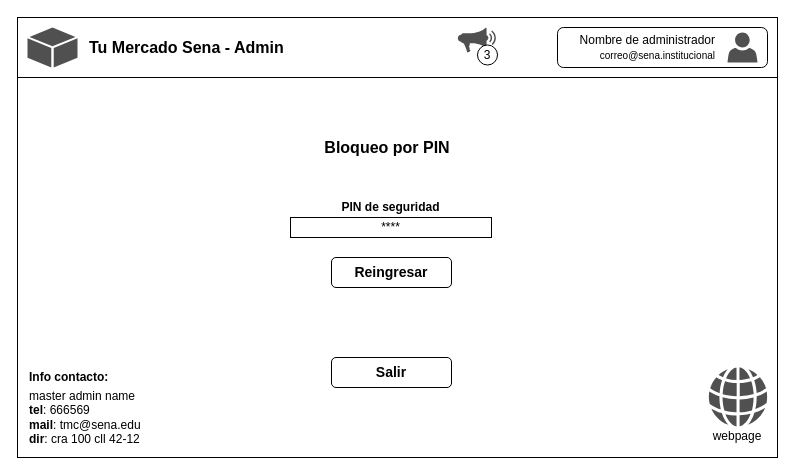
Earlier version of the draw.io diagram page "bloqueo" (3 of 12) of Desktop/mockups/desktop_mockups.drawio (OmarsaurioJordan/tu_mercado_sena). Source tidied: cells renumbered, new cells numbered last; positions are measured from the earlier drawing's top-left corner, leaving out a move shared by most shapes. Both pictures are drawn from the tidied source at 100%, with x=0, y=0 at pixel (17, 17).
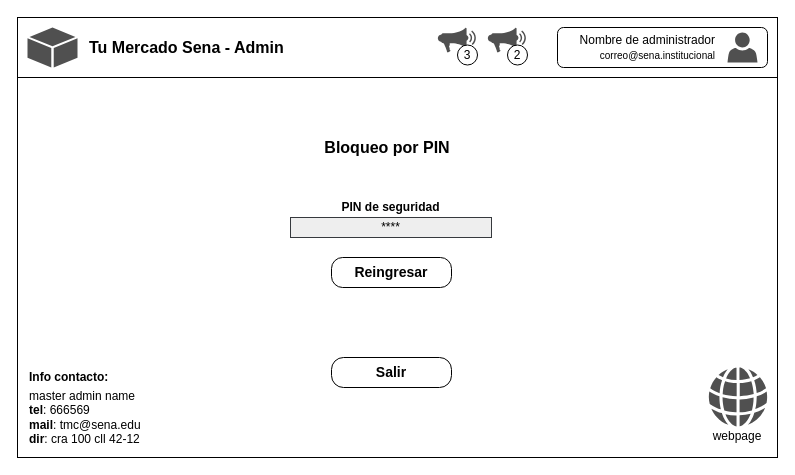
Above is the later version.

The edit, as a diff of the source:
```diff
@@
-    <mxCell id="6" value="****" style="rounded=0;whiteSpace=wrap;html=1;" parent="1" vertex="1">
+    <mxCell id="6" value="****" style="rounded=0;whiteSpace=wrap;html=1;fillColor=#eeeeee;strokeColor=#36393d;" parent="1" vertex="1">
       <mxGeometry x="273" y="200" width="201" height="20" as="geometry" />
     </mxCell>
@@
-    <mxCell id="8" value="Reingresar" style="rounded=1;whiteSpace=wrap;html=1;fontStyle=1;fontSize=14;" parent="1" vertex="1">
+    <mxCell id="8" value="Reingresar" style="rounded=1;whiteSpace=wrap;html=1;fontStyle=1;fontSize=14;arcSize=37;" parent="1" vertex="1">
       <mxGeometry x="314" y="240" width="120" height="30" as="geometry" />
     </mxCell>
@@
-    <mxCell id="16" style="group;" parent="1" vertex="1">
-      <mxGeometry x="440" y="10" width="40" height="37.5" as="geometry" />
-    </mxCell>
-    <mxCell id="17" style="sketch=0;shadow=0;dashed=0;html=1;strokeColor=none;fillColor=#505050;labelPosition=center;verticalLabelPosition=bottom;verticalAlign=top;align=center;shape=mxgraph.office.concepts.whats_new;" parent="16" vertex="1">
-      <mxGeometry width="40" height="25" as="geometry" />
-    </mxCell>
-    <mxCell id="18" value="3" style="ellipse;whiteSpace=wrap;html=1;" parent="16" vertex="1">
-      <mxGeometry x="20" y="17.5" width="20" height="20" as="geometry" />
-    </mxCell>
@@
-    <mxCell id="25" value="Salir" style="rounded=1;whiteSpace=wrap;html=1;fontStyle=1;fontSize=14;" parent="1" vertex="1">
+    <mxCell id="25" value="Salir" style="rounded=1;whiteSpace=wrap;html=1;fontStyle=1;fontSize=14;arcSize=40;" parent="1" vertex="1">
       <mxGeometry x="314" y="340" width="120" height="30" as="geometry" />
     </mxCell>
+    <mxCell id="26" style="group;" parent="1" vertex="1">
+      <mxGeometry x="420" y="10" width="90" height="37.5" as="geometry" />
+    </mxCell>
+    <mxCell id="27" style="group;" parent="26" vertex="1">
+      <mxGeometry width="40" height="37.5" as="geometry" />
+    </mxCell>
+    <mxCell id="28" style="sketch=0;shadow=0;dashed=0;html=1;strokeColor=none;fillColor=#505050;labelPosition=center;verticalLabelPosition=bottom;verticalAlign=top;align=center;shape=mxgraph.office.concepts.whats_new;" parent="27" vertex="1">
+      <mxGeometry width="40" height="25" as="geometry" />
+    </mxCell>
+    <mxCell id="18" value="3" style="ellipse;whiteSpace=wrap;html=1;" parent="27" vertex="1">
+      <mxGeometry x="20" y="17.5" width="20" height="20" as="geometry" />
+    </mxCell>
+    <mxCell id="29" style="group;" parent="26" vertex="1">
+      <mxGeometry x="50" width="40" height="37.5" as="geometry" />
+    </mxCell>
+    <mxCell id="30" style="sketch=0;shadow=0;dashed=0;html=1;strokeColor=none;fillColor=#505050;labelPosition=center;verticalLabelPosition=bottom;verticalAlign=top;align=center;shape=mxgraph.office.concepts.whats_new;" parent="29" vertex="1">
+      <mxGeometry width="40" height="25" as="geometry" />
+    </mxCell>
+    <mxCell id="31" value="2" style="ellipse;whiteSpace=wrap;html=1;" parent="29" vertex="1">
+      <mxGeometry x="20" y="17.5" width="20" height="20" as="geometry" />
+    </mxCell>
```
